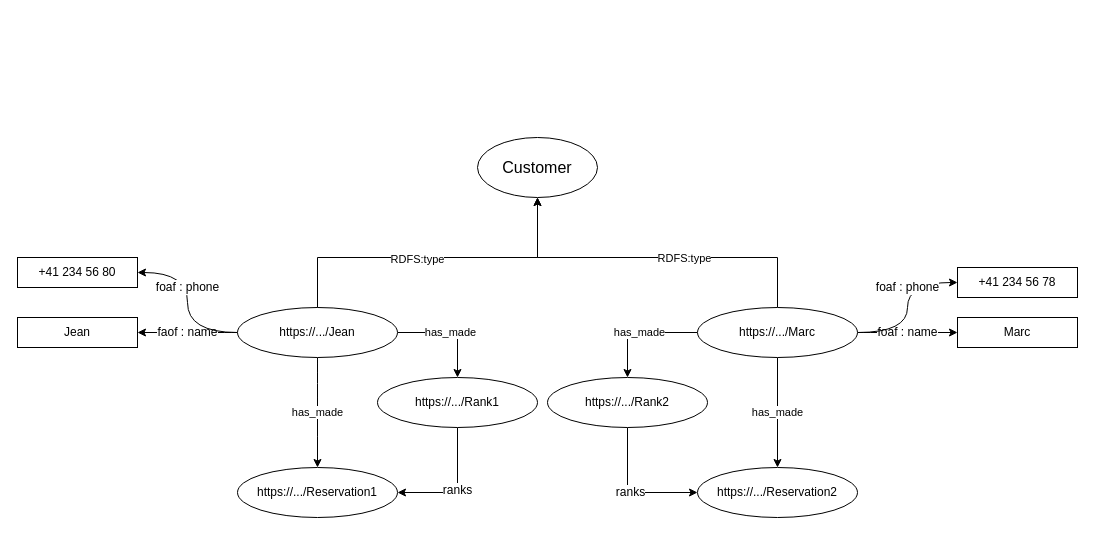
Above: schema/instanceCustomer.dio in CH-KevinDubois/MAS-RAD-4-WEB-Mini-Projet (draw.io), before the change. Source tidied: cells renumbered, new cells numbered last; positions are measured from the earlier drawing's top-left corner, leaving out a move shared by most shapes. Both pictures are drawn from the tidied source at 100%, with x=0, y=0 at pixel (17, 137).
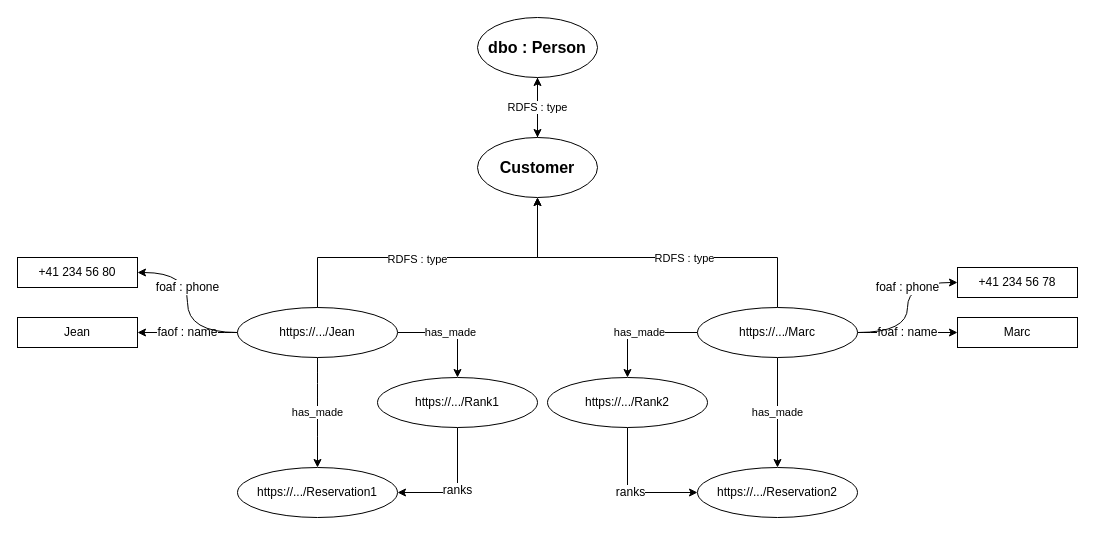
The same diagram, later.

Unchanged cells that the change refers to:
```xml
<mxCell id="3" style="edgeStyle=orthogonalEdgeStyle;jettySize=auto;html=1;exitX=0.5;exitY=0;exitDx=0;exitDy=0;rounded=0;" parent="1" edge="1" source="9" target="2">
  <mxGeometry relative="1" as="geometry">
    <Array as="points">
      <mxPoint x="760" y="120" />
      <mxPoint x="520" y="120" />
    </Array>
  </mxGeometry>
</mxCell>
<mxCell id="25" style="edgeStyle=orthogonalEdgeStyle;orthogonalLoop=1;jettySize=auto;html=1;entryX=0.5;entryY=1;entryDx=0;entryDy=0;exitX=0.5;exitY=0;exitDx=0;exitDy=0;rounded=0;" parent="1" edge="1">
  <mxGeometry relative="1" as="geometry">
    <mxPoint x="300" y="170" as="sourcePoint" />
    <mxPoint x="520" y="60" as="targetPoint" />
    <Array as="points">
      <mxPoint x="300" y="120" />
      <mxPoint x="520" y="120" />
    </Array>
  </mxGeometry>
</mxCell>
```

Change to the diagram source:
```diff
@@
+    <mxCell id="27" style="edgeStyle=orthogonalEdgeStyle;rounded=0;jettySize=auto;html=1;entryX=0.5;entryY=1;entryDx=0;entryDy=0;" parent="1" edge="1" source="2" target="29">
+      <mxGeometry relative="1" as="geometry" />
+    </mxCell>
-    <mxCell id="2" value="&lt;font style=&quot;font-size: 16px;&quot;&gt;Customer&lt;/font&gt;" style="ellipse;whiteSpace=wrap;html=1;fontSize=16;" parent="1" vertex="1">
+    <mxCell id="2" value="&lt;font style=&quot;font-size: 16px;&quot;&gt;Customer&lt;/font&gt;" style="ellipse;whiteSpace=wrap;html=1;fontSize=16;fontStyle=1;" parent="1" vertex="1">
       <mxGeometry x="460" width="120" height="60" as="geometry" />
     </mxCell>
@@
-    <mxCell id="4" value="RDFS:type" style="edgeLabel;html=1;align=center;verticalAlign=middle;" parent="3" vertex="1">
+    <mxCell id="4" value="RDFS : type" style="edgeLabel;html=1;align=center;verticalAlign=middle;" parent="3" vertex="1">
       <mxGeometry x="-0.18" relative="1" as="geometry" />
     </mxCell>
@@
-    <mxCell id="26" value="RDFS:type" style="edgeLabel;html=1;align=center;verticalAlign=middle;" parent="25" vertex="1">
+    <mxCell id="26" value="RDFS : type" style="edgeLabel;html=1;align=center;verticalAlign=middle;" parent="25" vertex="1">
       <mxGeometry x="-0.1" y="-1" relative="1" as="geometry" />
     </mxCell>
+    <mxCell id="28" value="RDFS : type" style="edgeStyle=orthogonalEdgeStyle;rounded=0;jettySize=auto;html=1;" parent="1" edge="1" source="29" target="2">
+      <mxGeometry relative="1" as="geometry" />
+    </mxCell>
+    <mxCell id="29" value="&lt;font style=&quot;font-size: 16px&quot;&gt;dbo : Person&lt;/font&gt;" style="ellipse;whiteSpace=wrap;html=1;fontSize=16;fontStyle=1;" parent="1" vertex="1">
+      <mxGeometry x="460" y="-120" width="120" height="60" as="geometry" />
+    </mxCell>
```
